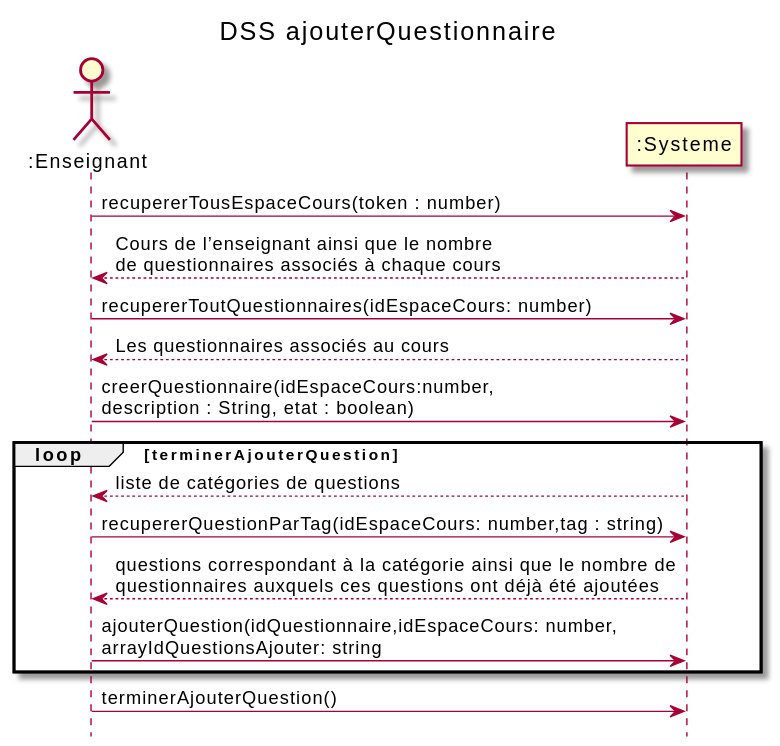
Earlier version of the PlantUML export out/docs/Ajouter questionnaire/DSS_Ajouter_Questionnaire/DSS_ajouterQuestionnaire.svg (nerdz88/SGA-TS). Source of this version:
```plantuml
@startuml
title DSS ajouterQuestionnaire
hide footbox
actor ":Enseignant" as professeur
participant ":Systeme" as systeme

professeur ->  systeme : recupererTousEspaceCours(token : number)
systeme --> professeur : Cours de l’enseignant ainsi que le nombre\nde questionnaires associés à chaque cours
professeur -> systeme : recupererToutQuestionnaires(idEspaceCours: number)
systeme --> professeur : Les questionnaires associés au cours
professeur -> systeme : creerQuestionnaire(idEspaceCours:number,\ndescription : String, etat : boolean)
loop terminerAjouterQuestion
systeme --> professeur : liste de catégories de questions
professeur -> systeme : recupererQuestionParTag(idEspaceCours: number,tag : string)
systeme --> professeur : questions correspondant à la catégorie ainsi que le nombre de\nquestionnaires auxquels ces questions ont déjà été ajoutées
professeur -> systeme : ajouterQuestion(idQuestionnaire,idEspaceCours: number,\narrayIdQuestionsAjouter: string
end
professeur -> systeme : terminerAjouterQuestion()
@enduml
```
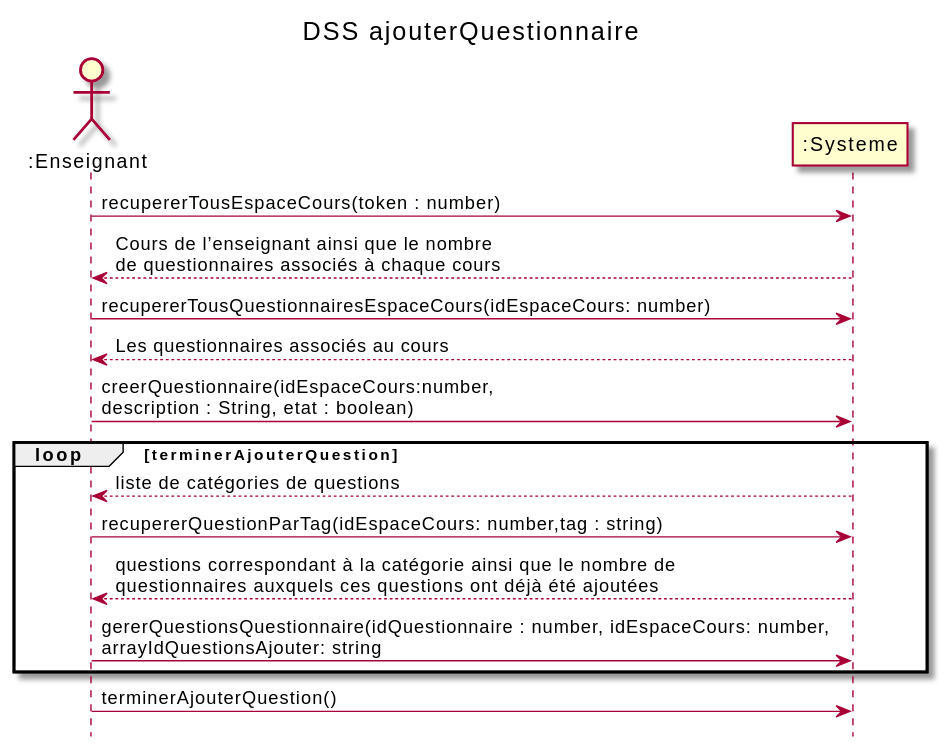
The same file after the commit.

The edit, as a diff of the source:
```diff
@@ -6,14 +6,14 @@
 
 professeur ->  systeme : recupererTousEspaceCours(token : number)
 systeme --> professeur : Cours de l’enseignant ainsi que le nombre\nde questionnaires associés à chaque cours
-professeur -> systeme : recupererToutQuestionnaires(idEspaceCours: number)
+professeur -> systeme : recupererTousQuestionnairesEspaceCours(idEspaceCours: number)
 systeme --> professeur : Les questionnaires associés au cours
 professeur -> systeme : creerQuestionnaire(idEspaceCours:number,\ndescription : String, etat : boolean)
 loop terminerAjouterQuestion
 systeme --> professeur : liste de catégories de questions
 professeur -> systeme : recupererQuestionParTag(idEspaceCours: number,tag : string)
 systeme --> professeur : questions correspondant à la catégorie ainsi que le nombre de\nquestionnaires auxquels ces questions ont déjà été ajoutées
-professeur -> systeme : ajouterQuestion(idQuestionnaire,idEspaceCours: number,\narrayIdQuestionsAjouter: string
+professeur -> systeme : gererQuestionsQuestionnaire(idQuestionnaire : number, idEspaceCours: number,\narrayIdQuestionsAjouter: string
 end
 professeur -> systeme : terminerAjouterQuestion()
 @enduml
```
